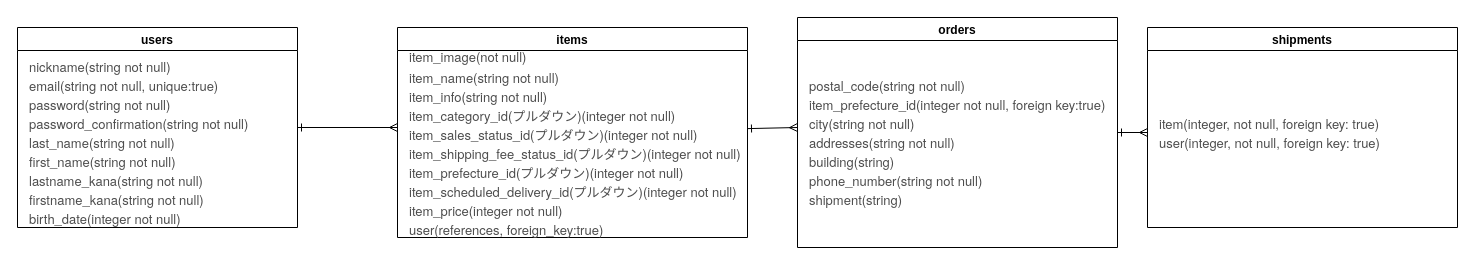
Before: test.dio in ezurechan/furima-38118, a draw.io diagram. Source tidied: cells renumbered, new cells numbered last; positions are measured from the earlier drawing's top-left corner, leaving out a move shared by most shapes. Both pictures are drawn from the tidied source at 100%, with x=0, y=0 at pixel (17, 17).
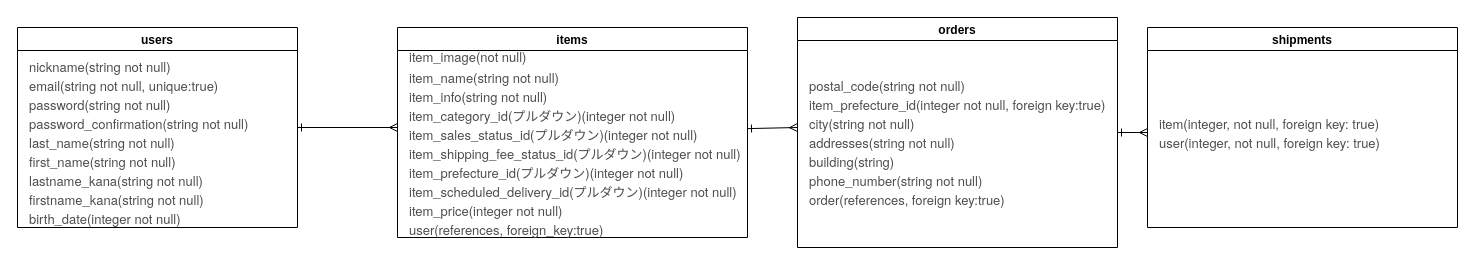
After the change.

What changed in the source:
```diff
@@
 <mxGraphModel>
   <root>
     <mxCell id="0" />
     <mxCell id="1" parent="0" />
     <mxCell id="2" style="edgeStyle=none;html=1;exitX=1;exitY=0.5;exitDx=0;exitDy=0;fontSize=13;fontColor=#FFFFFF;startArrow=ERone;startFill=0;endArrow=ERmany;endFill=0;" parent="1" edge="1" source="3">
       <mxGeometry relative="1" as="geometry">
         <mxPoint x="380" y="110" as="targetPoint" />
       </mxGeometry>
     </mxCell>
     <mxCell id="3" value="users" style="swimlane;labelBackgroundColor=default;" parent="1" vertex="1">
       <mxGeometry y="10" width="280" height="200" as="geometry" />
     </mxCell>
     <mxCell id="4" value="&lt;p class=&quot;p1&quot; style=&quot;margin: 0px ; font-stretch: normal ; font-size: 13px ; line-height: normal ; font-family: &amp;quot;helvetica neue&amp;quot;&quot;&gt;&lt;font&gt;nickname(&lt;/font&gt;&lt;span style=&quot;&quot;&gt;string&lt;/span&gt;&lt;font&gt;&amp;nbsp;not null)&lt;/font&gt;&lt;/p&gt;&lt;p class=&quot;p1&quot; style=&quot;margin: 0px ; font-stretch: normal ; font-size: 13px ; line-height: normal ; font-family: &amp;quot;helvetica neue&amp;quot;&quot;&gt;&lt;font&gt;email(&lt;/font&gt;&lt;span style=&quot;&quot;&gt;string&lt;/span&gt;&lt;font&gt;&amp;nbsp;not null, unique:true)&lt;/font&gt;&lt;/p&gt;&lt;p class=&quot;p1&quot; style=&quot;margin: 0px ; font-stretch: normal ; font-size: 13px ; line-height: normal ; font-family: &amp;quot;helvetica neue&amp;quot;&quot;&gt;&lt;font&gt;password(&lt;/font&gt;&lt;span style=&quot;&quot;&gt;string&lt;/span&gt;&lt;font&gt;&amp;nbsp;not null)&lt;/font&gt;&lt;/p&gt;&lt;p class=&quot;p1&quot; style=&quot;margin: 0px ; font-stretch: normal ; font-size: 13px ; line-height: normal ; font-family: &amp;quot;helvetica neue&amp;quot;&quot;&gt;&lt;font&gt;password_confirmation(&lt;/font&gt;&lt;span style=&quot;&quot;&gt;string&lt;/span&gt;&lt;font&gt;&amp;nbsp;not null)&lt;/font&gt;&lt;/p&gt;&lt;p class=&quot;p1&quot; style=&quot;margin: 0px ; font-stretch: normal ; font-size: 13px ; line-height: normal ; font-family: &amp;quot;helvetica neue&amp;quot;&quot;&gt;&lt;font&gt;last_name(&lt;/font&gt;&lt;span style=&quot;&quot;&gt;string&lt;/span&gt;&lt;font&gt;&amp;nbsp;not null)&lt;/font&gt;&lt;/p&gt;&lt;p class=&quot;p1&quot; style=&quot;margin: 0px ; font-stretch: normal ; font-size: 13px ; line-height: normal ; font-family: &amp;quot;helvetica neue&amp;quot;&quot;&gt;&lt;font&gt;first_name(&lt;/font&gt;&lt;span style=&quot;&quot;&gt;string&lt;/span&gt;&lt;font&gt;&amp;nbsp;not null)&lt;/font&gt;&lt;/p&gt;&lt;p class=&quot;p1&quot; style=&quot;margin: 0px ; font-stretch: normal ; font-size: 13px ; line-height: normal ; font-family: &amp;quot;helvetica neue&amp;quot;&quot;&gt;&lt;font&gt;lastname_kana(&lt;/font&gt;&lt;span style=&quot;&quot;&gt;string&lt;/span&gt;&lt;font&gt;&amp;nbsp;not null)&lt;/font&gt;&lt;/p&gt;&lt;p class=&quot;p1&quot; style=&quot;margin: 0px ; font-stretch: normal ; font-size: 13px ; line-height: normal ; font-family: &amp;quot;helvetica neue&amp;quot;&quot;&gt;&lt;font&gt;firstname_kana(&lt;/font&gt;&lt;span style=&quot;&quot;&gt;string&lt;/span&gt;&lt;font&gt;&amp;nbsp;not null)&lt;/font&gt;&lt;/p&gt;&lt;p class=&quot;p1&quot; style=&quot;margin: 0px ; font-stretch: normal ; font-size: 13px ; line-height: normal ; font-family: &amp;quot;helvetica neue&amp;quot;&quot;&gt;&lt;font&gt;birth_date(integer not null)&lt;/font&gt;&lt;/p&gt;" style="text;html=1;align=left;verticalAlign=middle;strokeColor=none;fillColor=none;fontColor=#4D4D4D;" parent="3" vertex="1">
       <mxGeometry x="10" y="40" width="240" height="150" as="geometry" />
     </mxCell>
     <mxCell id="5" style="edgeStyle=none;html=1;fontSize=13;fontColor=#FFFFFF;startArrow=ERone;startFill=0;endArrow=ERmany;endFill=0;" parent="1" edge="1" source="6">
       <mxGeometry relative="1" as="geometry">
         <mxPoint x="780" y="110" as="targetPoint" />
       </mxGeometry>
     </mxCell>
     <mxCell id="6" value="items" style="swimlane;" parent="1" vertex="1">
       <mxGeometry x="380" y="10" width="350" height="210" as="geometry" />
     </mxCell>
     <mxCell id="7" value="&lt;p class=&quot;p1&quot; style=&quot;margin: 0px 0px 2px ; font-stretch: normal ; line-height: normal ; font-family: &amp;#34;helvetica neue&amp;#34; ; font-size: 13px&quot;&gt;&lt;font style=&quot;font-size: 13px&quot;&gt;item_image(not null)&lt;/font&gt;&lt;/p&gt;&lt;p class=&quot;p2&quot; style=&quot;margin: 0px ; font-stretch: normal ; line-height: normal ; font-family: &amp;#34;helvetica neue&amp;#34; ; font-size: 13px&quot;&gt;&lt;font style=&quot;font-size: 13px&quot;&gt;item_name(string not null)&lt;/font&gt;&lt;/p&gt;&lt;p class=&quot;p2&quot; style=&quot;margin: 0px ; font-stretch: normal ; line-height: normal ; font-family: &amp;#34;helvetica neue&amp;#34; ; font-size: 13px&quot;&gt;&lt;font style=&quot;font-size: 13px&quot;&gt;item_info(string&amp;nbsp;not null)&lt;/font&gt;&lt;/p&gt;&lt;p class=&quot;p2&quot; style=&quot;margin: 0px ; font-stretch: normal ; line-height: normal ; font-family: &amp;#34;helvetica neue&amp;#34; ; font-size: 13px&quot;&gt;&lt;font style=&quot;font-size: 13px&quot;&gt;item_category_id(プルダウン)(integer not null)&lt;/font&gt;&lt;/p&gt;&lt;p class=&quot;p2&quot; style=&quot;margin: 0px ; font-stretch: normal ; line-height: normal ; font-family: &amp;#34;helvetica neue&amp;#34; ; font-size: 13px&quot;&gt;&lt;font style=&quot;font-size: 13px&quot;&gt;item_sales_status_id(プルダウン)(integer not null)&lt;/font&gt;&lt;/p&gt;&lt;p class=&quot;p2&quot; style=&quot;margin: 0px ; font-stretch: normal ; line-height: normal ; font-family: &amp;#34;helvetica neue&amp;#34; ; font-size: 13px&quot;&gt;&lt;font style=&quot;font-size: 13px&quot;&gt;item_shipping_fee_status_id(プルダウン)(integer not null)&lt;/font&gt;&lt;/p&gt;&lt;p class=&quot;p2&quot; style=&quot;margin: 0px ; font-stretch: normal ; line-height: normal ; font-family: &amp;#34;helvetica neue&amp;#34; ; font-size: 13px&quot;&gt;&lt;font style=&quot;font-size: 13px&quot;&gt;item_prefecture_id(プルダウン)(integer not null)&lt;/font&gt;&lt;/p&gt;&lt;p class=&quot;p2&quot; style=&quot;margin: 0px ; font-stretch: normal ; line-height: normal ; font-family: &amp;#34;helvetica neue&amp;#34; ; font-size: 13px&quot;&gt;&lt;font style=&quot;font-size: 13px&quot;&gt;item_scheduled_delivery_id(プルダウン)(integer not null)&lt;/font&gt;&lt;/p&gt;&lt;p class=&quot;p2&quot; style=&quot;margin: 0px ; font-stretch: normal ; line-height: normal ; font-family: &amp;#34;helvetica neue&amp;#34; ; font-size: 13px&quot;&gt;&lt;font style=&quot;font-size: 13px&quot;&gt;item_price(integer not null)&lt;/font&gt;&lt;/p&gt;&lt;p class=&quot;p2&quot; style=&quot;margin: 0px ; font-stretch: normal ; line-height: normal ; font-family: &amp;#34;helvetica neue&amp;#34; ; font-size: 13px&quot;&gt;&lt;font style=&quot;font-size: 13px&quot;&gt;user(references, foreign_key:true)&lt;/font&gt;&lt;/p&gt;" style="text;html=1;align=left;verticalAlign=middle;strokeColor=none;fillColor=none;fontColor=#4D4D4D;" parent="6" vertex="1">
       <mxGeometry x="10" y="20" width="340" height="190" as="geometry" />
     </mxCell>
     <mxCell id="8" style="edgeStyle=none;html=1;fontSize=13;fontColor=#FFFFFF;startArrow=ERone;startFill=0;endArrow=ERmany;endFill=0;" parent="1" edge="1" source="9">
       <mxGeometry relative="1" as="geometry">
         <mxPoint x="1130" y="115" as="targetPoint" />
       </mxGeometry>
     </mxCell>
     <mxCell id="9" value="orders" style="swimlane;" parent="1" vertex="1">
       <mxGeometry x="780" width="320" height="230" as="geometry" />
     </mxCell>
-    <mxCell id="10" value="&lt;p class=&quot;p1&quot; style=&quot;margin: 0px ; font-stretch: normal ; line-height: normal ; font-family: &amp;#34;helvetica neue&amp;#34;&quot;&gt;&lt;span&gt;postal_code(string not null)&lt;/span&gt;&lt;br&gt;&lt;/p&gt;&lt;p class=&quot;p1&quot; style=&quot;margin: 0px ; font-stretch: normal ; line-height: normal ; font-family: &amp;#34;helvetica neue&amp;#34;&quot;&gt;item_prefecture_id(integer not null, foreign key:true&lt;span&gt;)&lt;/span&gt;&lt;/p&gt;&lt;p class=&quot;p1&quot; style=&quot;margin: 0px ; font-stretch: normal ; line-height: normal ; font-family: &amp;#34;helvetica neue&amp;#34;&quot;&gt;city(string&amp;nbsp;not null)&lt;/p&gt;&lt;p class=&quot;p1&quot; style=&quot;margin: 0px ; font-stretch: normal ; line-height: normal ; font-family: &amp;#34;helvetica neue&amp;#34;&quot;&gt;addresses(string not null)&lt;/p&gt;&lt;p class=&quot;p1&quot; style=&quot;margin: 0px ; font-stretch: normal ; line-height: normal ; font-family: &amp;#34;helvetica neue&amp;#34;&quot;&gt;building(string)&lt;/p&gt;&lt;p class=&quot;p1&quot; style=&quot;margin: 0px ; font-stretch: normal ; line-height: normal ; font-family: &amp;#34;helvetica neue&amp;#34;&quot;&gt;phone_number(string&amp;nbsp;not null)&lt;/p&gt;&lt;p class=&quot;p1&quot; style=&quot;margin: 0px ; font-stretch: normal ; line-height: normal ; font-family: &amp;#34;helvetica neue&amp;#34;&quot;&gt;shipment(string)&lt;/p&gt;" style="text;html=1;align=left;verticalAlign=middle;strokeColor=none;fillColor=none;fontSize=13;fontColor=#4D4D4D;" parent="9" vertex="1">
+    <mxCell id="10" value="&lt;p class=&quot;p1&quot; style=&quot;margin: 0px ; font-stretch: normal ; line-height: normal ; font-family: &amp;#34;helvetica neue&amp;#34;&quot;&gt;&lt;span&gt;postal_code(string not null)&lt;/span&gt;&lt;br&gt;&lt;/p&gt;&lt;p class=&quot;p1&quot; style=&quot;margin: 0px ; font-stretch: normal ; line-height: normal ; font-family: &amp;#34;helvetica neue&amp;#34;&quot;&gt;item_prefecture_id(integer not null, foreign key:true&lt;span&gt;)&lt;/span&gt;&lt;/p&gt;&lt;p class=&quot;p1&quot; style=&quot;margin: 0px ; font-stretch: normal ; line-height: normal ; font-family: &amp;#34;helvetica neue&amp;#34;&quot;&gt;city(string&amp;nbsp;not null)&lt;/p&gt;&lt;p class=&quot;p1&quot; style=&quot;margin: 0px ; font-stretch: normal ; line-height: normal ; font-family: &amp;#34;helvetica neue&amp;#34;&quot;&gt;addresses(string not null)&lt;/p&gt;&lt;p class=&quot;p1&quot; style=&quot;margin: 0px ; font-stretch: normal ; line-height: normal ; font-family: &amp;#34;helvetica neue&amp;#34;&quot;&gt;building(string)&lt;/p&gt;&lt;p class=&quot;p1&quot; style=&quot;margin: 0px ; font-stretch: normal ; line-height: normal ; font-family: &amp;#34;helvetica neue&amp;#34;&quot;&gt;phone_number(string&amp;nbsp;not null)&lt;/p&gt;&lt;p class=&quot;p1&quot; style=&quot;margin: 0px ; font-stretch: normal ; line-height: normal ; font-family: &amp;#34;helvetica neue&amp;#34;&quot;&gt;order(references, foreign key:true)&lt;/p&gt;" style="text;html=1;align=left;verticalAlign=middle;strokeColor=none;fillColor=none;fontSize=13;fontColor=#4D4D4D;" parent="9" vertex="1">
       <mxGeometry x="10" y="65" width="310" height="120" as="geometry" />
     </mxCell>
     <mxCell id="11" value="shipments" style="swimlane;" parent="1" vertex="1">
       <mxGeometry x="1130" y="10" width="310" height="200" as="geometry" />
     </mxCell>
     <mxCell id="12" value="&lt;p class=&quot;p1&quot; style=&quot;margin: 0px ; font-stretch: normal ; line-height: normal ; font-family: &amp;#34;helvetica neue&amp;#34;&quot;&gt;item(integer, not null, foreign key: true)&lt;/p&gt;&lt;p class=&quot;p1&quot; style=&quot;margin: 0px ; font-stretch: normal ; line-height: normal ; font-family: &amp;#34;helvetica neue&amp;#34;&quot;&gt;user(integer, not null, foreign key: true)&lt;br&gt;&lt;/p&gt;" style="text;html=1;align=left;verticalAlign=middle;strokeColor=none;fillColor=none;fontSize=13;fontColor=#4D4D4D;" parent="11" vertex="1">
       <mxGeometry x="10" y="85" width="240" height="40" as="geometry" />
     </mxCell>
   </root>
 </mxGraphModel>
```
